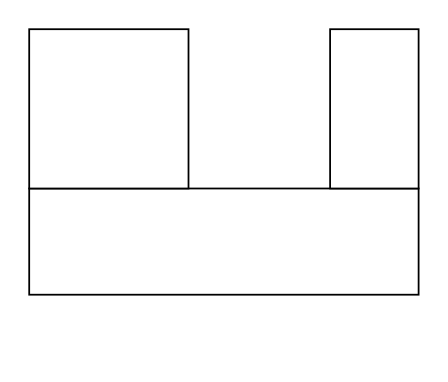
Earlier version of the draw.io diagram Untitled Diagram.drawio (ashestosea/drawings). Source tidied: cells renumbered, new cells numbered last; positions are measured from the earlier drawing's top-left corner, leaving out a move shared by most shapes. Both pictures are drawn from the tidied source at 177%, with x=0, y=0 at pixel (28, 28).
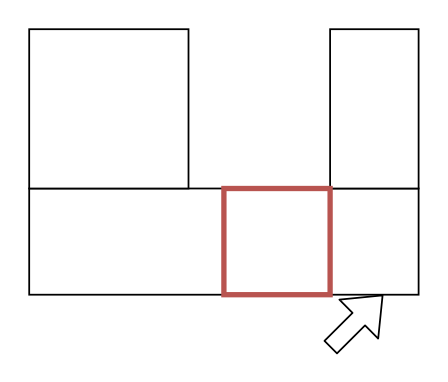
The same diagram, later.

What changed in the source:
```diff
@@
 <mxGraphModel>
   <root>
     <mxCell id="0" />
     <mxCell id="1" parent="0" />
     <mxCell id="2" style="group;" parent="1" vertex="1">
       <mxGeometry width="220" height="150" as="geometry" />
     </mxCell>
     <mxCell id="3" style="rounded=0;whiteSpace=wrap;html=1;" parent="2" vertex="1">
       <mxGeometry y="90" width="220" height="60" as="geometry" />
     </mxCell>
     <mxCell id="4" style="rounded=0;whiteSpace=wrap;html=1;" parent="2" vertex="1">
       <mxGeometry x="170" width="50" height="90" as="geometry" />
     </mxCell>
     <mxCell id="5" style="rounded=0;whiteSpace=wrap;html=1;" parent="2" vertex="1">
       <mxGeometry width="90" height="90" as="geometry" />
     </mxCell>
+    <mxCell id="6" style="rounded=0;whiteSpace=wrap;html=1;strokeColor=#b85450;fillColor=none;strokeWidth=3;" parent="2" vertex="1">
+      <mxGeometry x="110" y="90" width="60" height="60" as="geometry" />
+    </mxCell>
+    <mxCell id="7" style="shape=flexArrow;endArrow=classic;html=1;" parent="1" edge="1">
+      <mxGeometry relative="1" as="geometry">
+        <mxPoint x="170" y="180" as="sourcePoint" />
+        <mxPoint x="200" y="150" as="targetPoint" />
+      </mxGeometry>
+    </mxCell>
   </root>
 </mxGraphModel>
```
